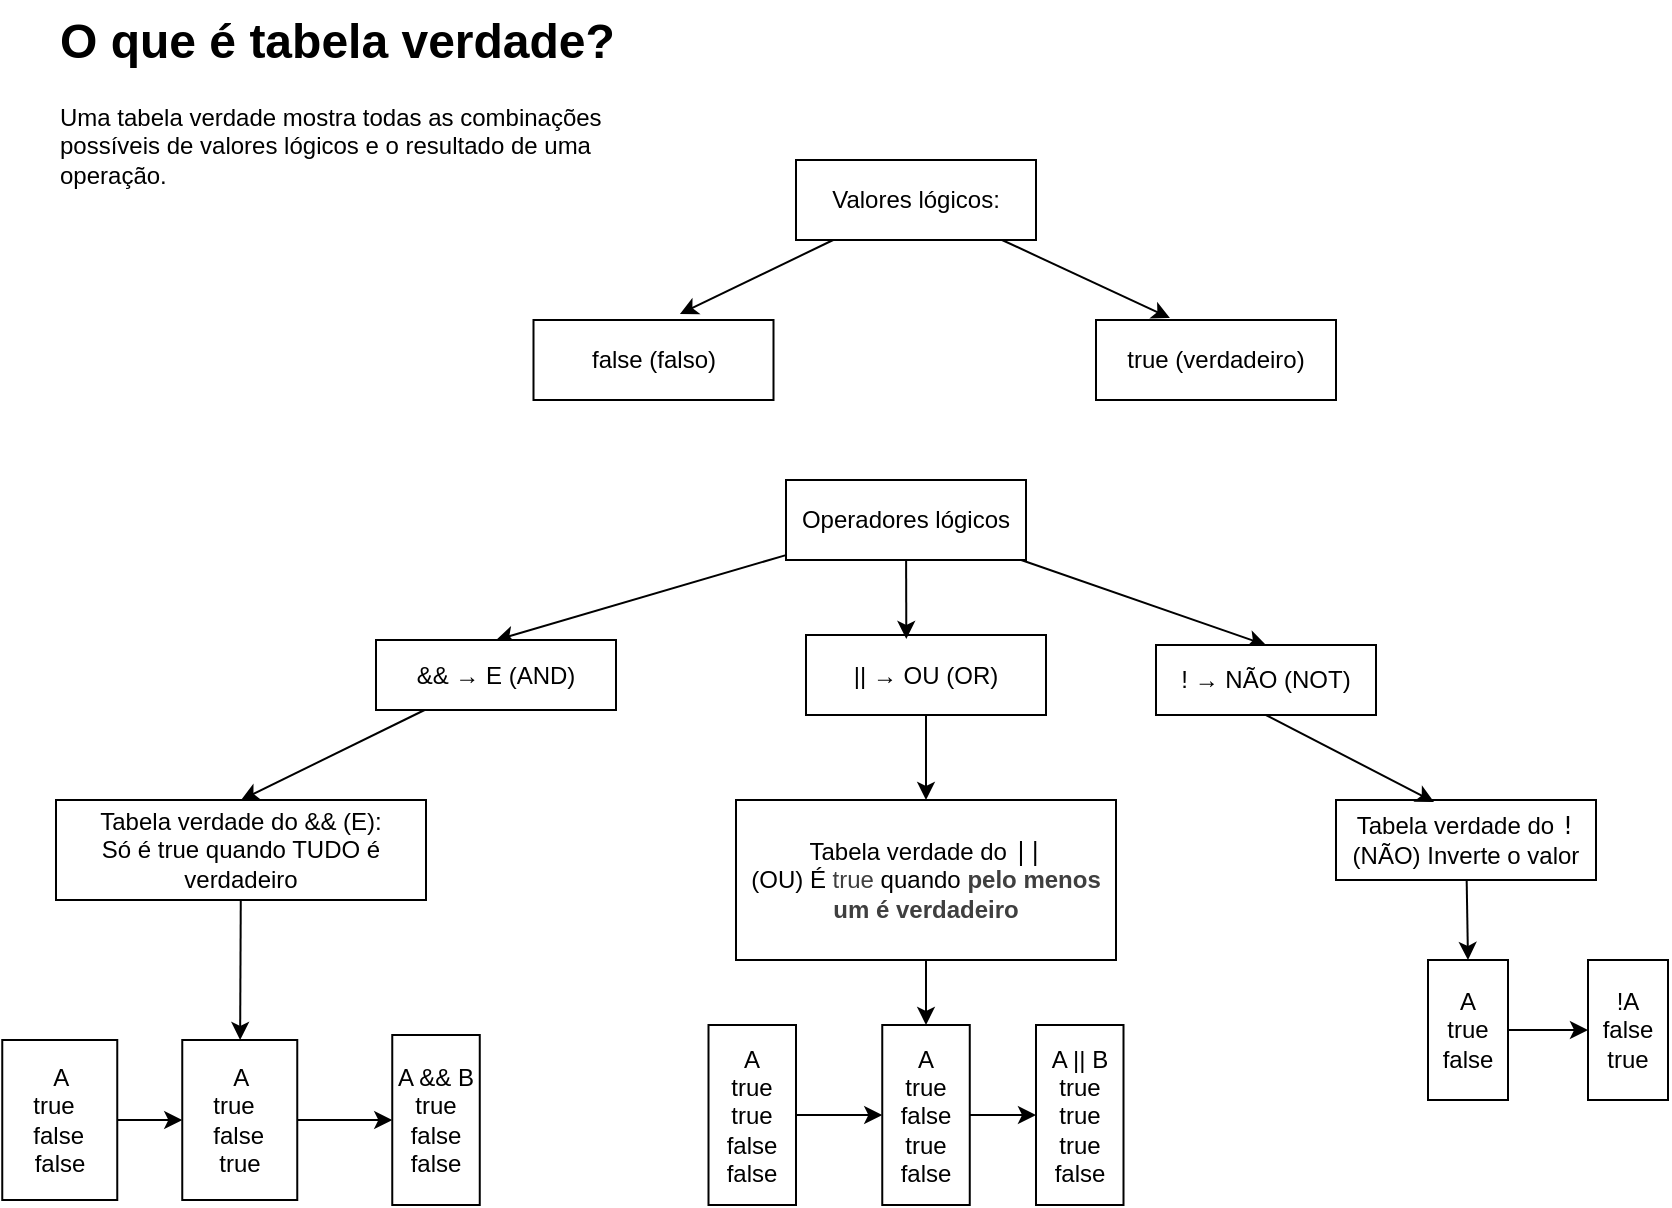
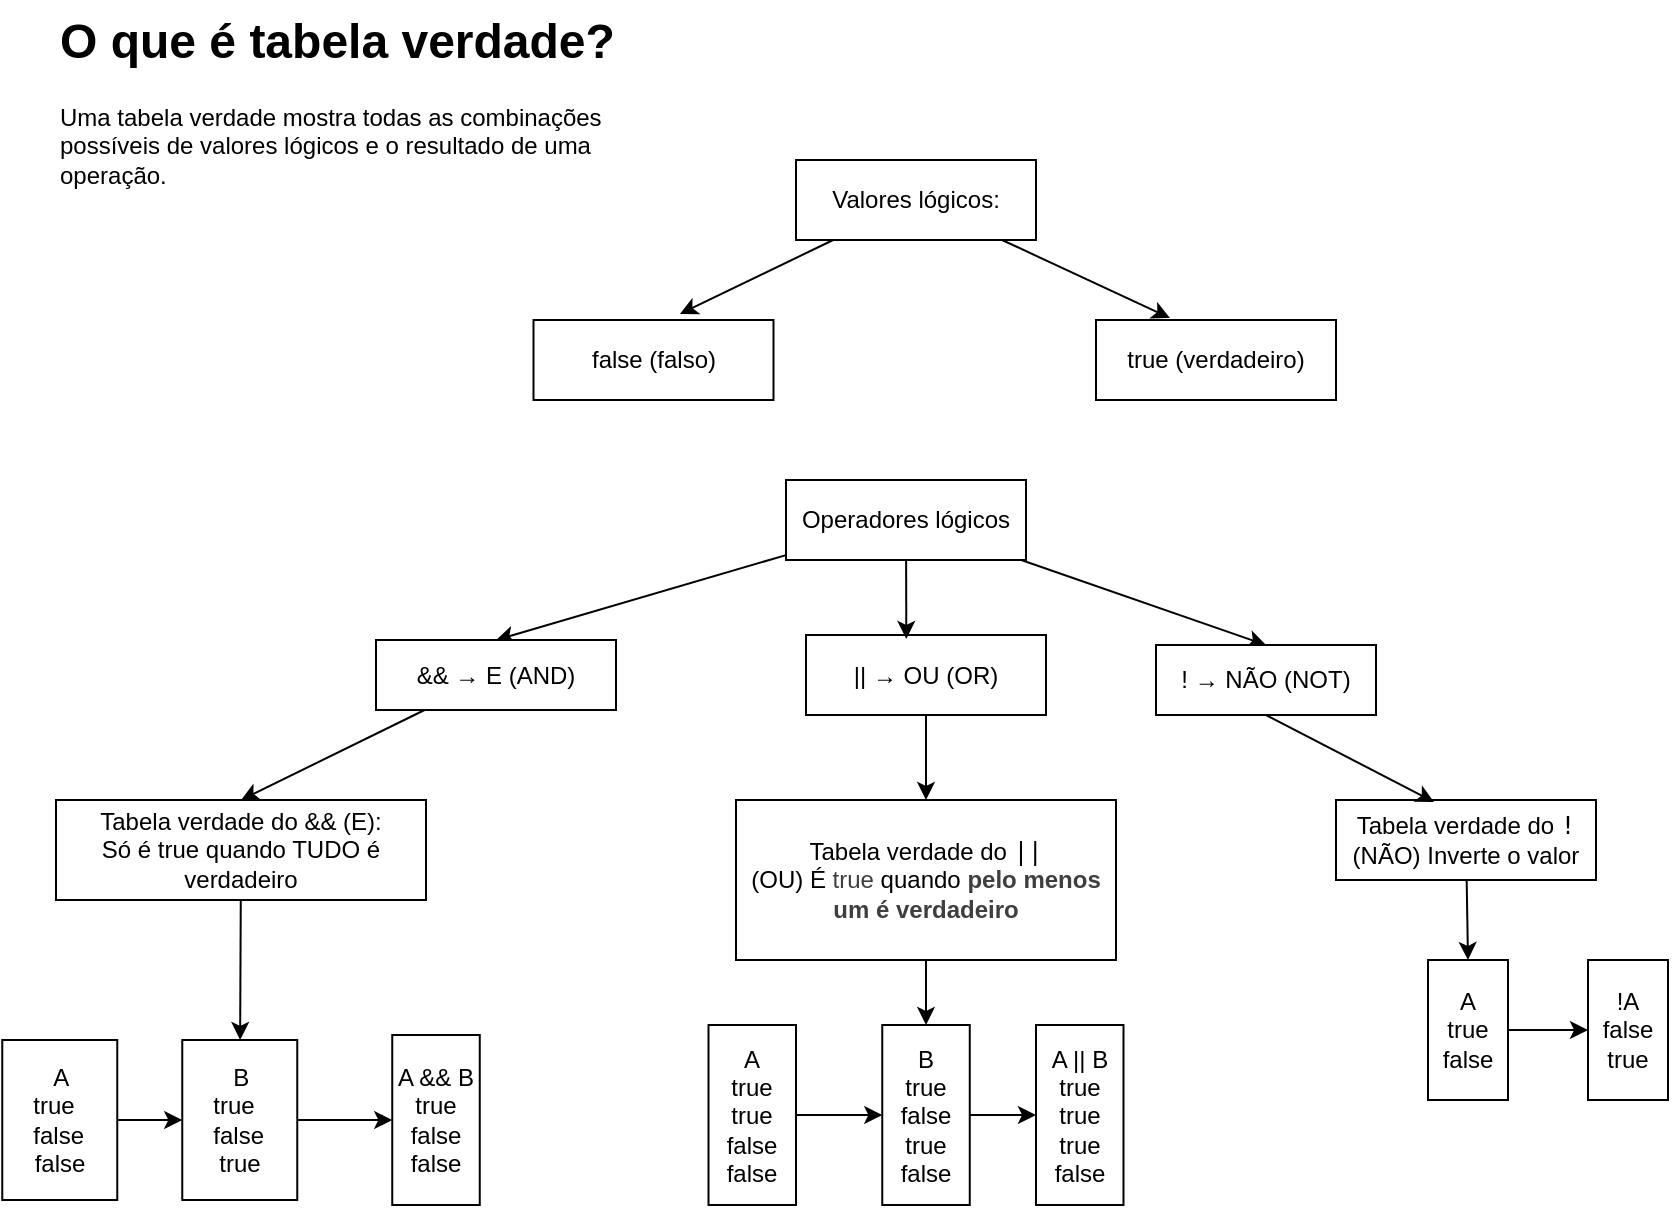
<mxfile host="65bd71144e">
    <diagram name="Página-1" id="UhSSX5bUY0VvIOnfyq8K">
-         <mxGraphModel dx="1342" dy="779" grid="1" gridSize="10" guides="1" tooltips="1" connect="1" arrows="1" fold="1" page="1" pageScale="1" pageWidth="1169" pageHeight="827" math="0" shadow="0">
+         <mxGraphModel dx="1326" dy="779" grid="1" gridSize="10" guides="1" tooltips="1" connect="1" arrows="1" fold="1" page="1" pageScale="1" pageWidth="1169" pageHeight="827" math="0" shadow="0">
            <root>
                <mxCell id="0"/>
                <mxCell id="1" parent="0"/>
                <mxCell id="VccG1iLHDNWKRi_SrjAT-1" value="&lt;h1 style=&quot;margin-top: 0px;&quot;&gt;O que é tabela verdade?&lt;/h1&gt;&lt;p&gt;Uma tabela verdade mostra todas as combinações possíveis de valores lógicos e o resultado de uma operação.&lt;/p&gt;" style="text;html=1;whiteSpace=wrap;overflow=hidden;rounded=0;" parent="1" vertex="1">
                    <mxGeometry x="160" y="80" width="280" height="100" as="geometry"/>
                </mxCell>
                <mxCell id="VccG1iLHDNWKRi_SrjAT-2" value="Valores lógicos:" style="rounded=0;whiteSpace=wrap;html=1;" parent="1" vertex="1">
                    <mxGeometry x="530" y="160" width="120" height="40" as="geometry"/>
                </mxCell>
                <mxCell id="VccG1iLHDNWKRi_SrjAT-3" value="&lt;div&gt;true (verdadeiro)&lt;/div&gt;" style="whiteSpace=wrap;html=1;rounded=0;" parent="1" vertex="1">
                    <mxGeometry x="680" y="240" width="120" height="40" as="geometry"/>
                </mxCell>
                <mxCell id="VccG1iLHDNWKRi_SrjAT-5" value="&lt;div&gt;&lt;div&gt;false (falso)&lt;/div&gt;&lt;/div&gt;" style="whiteSpace=wrap;html=1;rounded=0;" parent="1" vertex="1">
                    <mxGeometry x="398.75" y="240" width="120" height="40" as="geometry"/>
                </mxCell>
-                 <mxCell id="7" style="edgeStyle=none;html=1;entryX=0.5;entryY=0;entryDx=0;entryDy=0;" edge="1" parent="1" source="VccG1iLHDNWKRi_SrjAT-7" target="VccG1iLHDNWKRi_SrjAT-8">
+                 <mxCell id="7" style="edgeStyle=none;html=1;entryX=0.5;entryY=0;entryDx=0;entryDy=0;" parent="1" source="VccG1iLHDNWKRi_SrjAT-7" target="VccG1iLHDNWKRi_SrjAT-8" edge="1">
                    <mxGeometry relative="1" as="geometry"/>
                </mxCell>
-                 <mxCell id="11" style="edgeStyle=none;html=1;entryX=0.5;entryY=0;entryDx=0;entryDy=0;" edge="1" parent="1" source="VccG1iLHDNWKRi_SrjAT-7" target="VccG1iLHDNWKRi_SrjAT-12">
+                 <mxCell id="11" style="edgeStyle=none;html=1;entryX=0.5;entryY=0;entryDx=0;entryDy=0;" parent="1" source="VccG1iLHDNWKRi_SrjAT-7" target="VccG1iLHDNWKRi_SrjAT-12" edge="1">
                    <mxGeometry relative="1" as="geometry"/>
                </mxCell>
                <mxCell id="VccG1iLHDNWKRi_SrjAT-7" value="Operadores lógicos" style="rounded=0;whiteSpace=wrap;html=1;" parent="1" vertex="1">
                    <mxGeometry x="525" y="320" width="120" height="40" as="geometry"/>
                </mxCell>
-                 <mxCell id="12" style="edgeStyle=none;html=1;entryX=0.5;entryY=0;entryDx=0;entryDy=0;" edge="1" parent="1" source="VccG1iLHDNWKRi_SrjAT-8" target="VccG1iLHDNWKRi_SrjAT-14">
+                 <mxCell id="12" style="edgeStyle=none;html=1;entryX=0.5;entryY=0;entryDx=0;entryDy=0;" parent="1" source="VccG1iLHDNWKRi_SrjAT-8" target="VccG1iLHDNWKRi_SrjAT-14" edge="1">
                    <mxGeometry relative="1" as="geometry"/>
                </mxCell>
                <mxCell id="VccG1iLHDNWKRi_SrjAT-8" value="&amp;amp;&amp;amp; → E (AND)" style="whiteSpace=wrap;html=1;rounded=0;" parent="1" vertex="1">
                    <mxGeometry x="320" y="400" width="120" height="35" as="geometry"/>
                </mxCell>
-                 <mxCell id="14" style="edgeStyle=none;html=1;entryX=0.5;entryY=0;entryDx=0;entryDy=0;" edge="1" parent="1" source="VccG1iLHDNWKRi_SrjAT-10" target="VccG1iLHDNWKRi_SrjAT-25">
+                 <mxCell id="14" style="edgeStyle=none;html=1;entryX=0.5;entryY=0;entryDx=0;entryDy=0;" parent="1" source="VccG1iLHDNWKRi_SrjAT-10" target="VccG1iLHDNWKRi_SrjAT-25" edge="1">
                    <mxGeometry relative="1" as="geometry"/>
                </mxCell>
                <mxCell id="VccG1iLHDNWKRi_SrjAT-10" value="|| → OU (OR)" style="whiteSpace=wrap;html=1;rounded=0;" parent="1" vertex="1">
                    <mxGeometry x="535" y="397.5" width="120" height="40" as="geometry"/>
                </mxCell>
                <mxCell id="VccG1iLHDNWKRi_SrjAT-12" value="! → NÃO (NOT)" style="whiteSpace=wrap;html=1;rounded=0;" parent="1" vertex="1">
                    <mxGeometry x="710" y="402.5" width="110" height="35" as="geometry"/>
                </mxCell>
-                 <mxCell id="16" value="" style="edgeStyle=none;html=1;" edge="1" parent="1" source="VccG1iLHDNWKRi_SrjAT-14" target="VccG1iLHDNWKRi_SrjAT-20">
+                 <mxCell id="16" value="" style="edgeStyle=none;html=1;" parent="1" source="VccG1iLHDNWKRi_SrjAT-14" target="VccG1iLHDNWKRi_SrjAT-20" edge="1">
                    <mxGeometry relative="1" as="geometry"/>
                </mxCell>
                <mxCell id="VccG1iLHDNWKRi_SrjAT-14" value="&lt;div&gt;Tabela verdade do &amp;amp;&amp;amp; (E):&lt;/div&gt;&lt;div&gt;Só é true quando TUDO é verdadeiro&lt;/div&gt;" style="whiteSpace=wrap;html=1;rounded=0;" parent="1" vertex="1">
                    <mxGeometry x="160" y="480" width="185" height="50" as="geometry"/>
                </mxCell>
                <mxCell id="VccG1iLHDNWKRi_SrjAT-21" value="" style="edgeStyle=orthogonalEdgeStyle;rounded=0;orthogonalLoop=1;jettySize=auto;html=1;" parent="1" source="VccG1iLHDNWKRi_SrjAT-18" target="VccG1iLHDNWKRi_SrjAT-20" edge="1">
                    <mxGeometry relative="1" as="geometry"/>
                </mxCell>
                <mxCell id="VccG1iLHDNWKRi_SrjAT-18" value="&lt;div&gt;&amp;nbsp; &amp;nbsp;A&lt;span style=&quot;white-space:pre&quot;&gt;&#x9;&lt;/span&gt;&lt;/div&gt;&lt;div&gt;true&lt;span style=&quot;white-space:pre&quot;&gt;&#x9;&lt;/span&gt;&lt;/div&gt;&lt;div&gt;&amp;nbsp; &amp;nbsp; false&lt;span style=&quot;white-space:pre&quot;&gt;&#x9;&lt;/span&gt;&lt;/div&gt;&lt;div&gt;false&lt;/div&gt;" style="whiteSpace=wrap;html=1;rounded=0;" parent="1" vertex="1">
                    <mxGeometry x="133.13" y="600" width="57.5" height="80" as="geometry"/>
                </mxCell>
                <mxCell id="VccG1iLHDNWKRi_SrjAT-23" value="" style="edgeStyle=orthogonalEdgeStyle;rounded=0;orthogonalLoop=1;jettySize=auto;html=1;" parent="1" source="VccG1iLHDNWKRi_SrjAT-20" target="VccG1iLHDNWKRi_SrjAT-22" edge="1">
                    <mxGeometry relative="1" as="geometry"/>
                </mxCell>
-                 <mxCell id="VccG1iLHDNWKRi_SrjAT-20" value="&lt;div&gt;&amp;nbsp; &amp;nbsp;A&lt;span style=&quot;white-space:pre&quot;&gt;&#x9;&lt;/span&gt;&lt;/div&gt;&lt;div&gt;true&lt;span style=&quot;white-space:pre&quot;&gt;&#x9;&lt;/span&gt;&lt;/div&gt;&lt;div&gt;&amp;nbsp; &amp;nbsp; false&lt;span style=&quot;white-space:pre&quot;&gt;&#x9;&lt;/span&gt;&lt;/div&gt;&lt;div&gt;true&lt;/div&gt;" style="whiteSpace=wrap;html=1;rounded=0;" parent="1" vertex="1">
+                 <mxCell id="VccG1iLHDNWKRi_SrjAT-20" value="&lt;div&gt;&amp;nbsp; &amp;nbsp;B&lt;span style=&quot;white-space:pre&quot;&gt;&#x9;&lt;/span&gt;&lt;/div&gt;&lt;div&gt;true&lt;span style=&quot;white-space:pre&quot;&gt;&#x9;&lt;/span&gt;&lt;/div&gt;&lt;div&gt;&amp;nbsp; &amp;nbsp; false&lt;span style=&quot;white-space:pre&quot;&gt;&#x9;&lt;/span&gt;&lt;/div&gt;&lt;div&gt;true&lt;/div&gt;" style="whiteSpace=wrap;html=1;rounded=0;" parent="1" vertex="1">
                    <mxGeometry x="223.13" y="600" width="57.5" height="80" as="geometry"/>
                </mxCell>
                <mxCell id="VccG1iLHDNWKRi_SrjAT-22" value="A &amp;amp;&amp;amp; B&lt;div&gt;true&lt;/div&gt;&lt;div&gt;false&lt;/div&gt;&lt;div&gt;false&lt;/div&gt;" style="whiteSpace=wrap;html=1;rounded=0;" parent="1" vertex="1">
                    <mxGeometry x="328.13" y="597.5" width="43.75" height="85" as="geometry"/>
                </mxCell>
-                 <mxCell id="15" value="" style="edgeStyle=none;html=1;" edge="1" parent="1" source="VccG1iLHDNWKRi_SrjAT-25" target="VccG1iLHDNWKRi_SrjAT-32">
+                 <mxCell id="15" value="" style="edgeStyle=none;html=1;" parent="1" source="VccG1iLHDNWKRi_SrjAT-25" target="VccG1iLHDNWKRi_SrjAT-32" edge="1">
                    <mxGeometry relative="1" as="geometry"/>
                </mxCell>
                <mxCell id="VccG1iLHDNWKRi_SrjAT-25" value="Tabela verdade do &lt;code data-start=&quot;999&quot; data-end=&quot;1003&quot;&gt;||&lt;/code&gt; (OU)&amp;nbsp;&lt;span style=&quot;color: rgb(0, 0, 0);&quot;&gt;É&amp;nbsp;&lt;/span&gt;&lt;code style=&quot;font-family: Helvetica; color: rgb(63, 63, 63); background-color: rgba(255, 255, 255, 0.1); scrollbar-color: rgb(226, 226, 226) rgb(251, 251, 251);&quot; data-start=&quot;1015&quot; data-end=&quot;1021&quot;&gt;true&lt;/code&gt;&lt;span style=&quot;color: rgb(0, 0, 0);&quot;&gt;&amp;nbsp;quando&amp;nbsp;&lt;/span&gt;&lt;strong style=&quot;color: rgb(63, 63, 63); scrollbar-color: rgb(226, 226, 226) rgb(251, 251, 251);&quot; data-start=&quot;1029&quot; data-end=&quot;1059&quot;&gt;pelo menos um é verdadeiro&lt;/strong&gt;" style="whiteSpace=wrap;html=1;rounded=0;" parent="1" vertex="1">
                    <mxGeometry x="500" y="480" width="190" height="80" as="geometry"/>
                </mxCell>
                <mxCell id="VccG1iLHDNWKRi_SrjAT-33" value="" style="edgeStyle=orthogonalEdgeStyle;rounded=0;orthogonalLoop=1;jettySize=auto;html=1;" parent="1" source="VccG1iLHDNWKRi_SrjAT-30" target="VccG1iLHDNWKRi_SrjAT-32" edge="1">
                    <mxGeometry relative="1" as="geometry"/>
                </mxCell>
                <mxCell id="VccG1iLHDNWKRi_SrjAT-30" value="&lt;div&gt;A&lt;/div&gt;&lt;div&gt;&lt;span style=&quot;background-color: transparent; color: light-dark(rgb(0, 0, 0), rgb(255, 255, 255));&quot;&gt;true&lt;/span&gt;&lt;/div&gt;&lt;div&gt;&lt;span style=&quot;background-color: transparent; color: light-dark(rgb(0, 0, 0), rgb(255, 255, 255));&quot;&gt;true&lt;/span&gt;&lt;/div&gt;&lt;div&gt;&lt;span style=&quot;background-color: transparent; color: light-dark(rgb(0, 0, 0), rgb(255, 255, 255));&quot;&gt;false&lt;/span&gt;&lt;/div&gt;&lt;div&gt;&lt;span style=&quot;background-color: transparent; color: light-dark(rgb(0, 0, 0), rgb(255, 255, 255));&quot;&gt;false&lt;/span&gt;&lt;/div&gt;" style="whiteSpace=wrap;html=1;rounded=0;" parent="1" vertex="1">
                    <mxGeometry x="486.25" y="592.5" width="43.75" height="90" as="geometry"/>
                </mxCell>
                <mxCell id="VccG1iLHDNWKRi_SrjAT-36" value="" style="edgeStyle=orthogonalEdgeStyle;rounded=0;orthogonalLoop=1;jettySize=auto;html=1;" parent="1" source="VccG1iLHDNWKRi_SrjAT-32" target="VccG1iLHDNWKRi_SrjAT-35" edge="1">
                    <mxGeometry relative="1" as="geometry"/>
                </mxCell>
-                 <mxCell id="VccG1iLHDNWKRi_SrjAT-32" value="&lt;div&gt;A&lt;/div&gt;&lt;div&gt;&lt;span style=&quot;background-color: transparent; color: light-dark(rgb(0, 0, 0), rgb(255, 255, 255));&quot;&gt;true&lt;/span&gt;&lt;/div&gt;&lt;div&gt;false&lt;/div&gt;&lt;div&gt;true&lt;/div&gt;&lt;div&gt;&lt;span style=&quot;background-color: transparent; color: light-dark(rgb(0, 0, 0), rgb(255, 255, 255));&quot;&gt;false&lt;/span&gt;&lt;/div&gt;" style="whiteSpace=wrap;html=1;rounded=0;" parent="1" vertex="1">
+                 <mxCell id="VccG1iLHDNWKRi_SrjAT-32" value="&lt;div&gt;B&lt;/div&gt;&lt;div&gt;&lt;span style=&quot;background-color: transparent; color: light-dark(rgb(0, 0, 0), rgb(255, 255, 255));&quot;&gt;true&lt;/span&gt;&lt;/div&gt;&lt;div&gt;false&lt;/div&gt;&lt;div&gt;true&lt;/div&gt;&lt;div&gt;&lt;span style=&quot;background-color: transparent; color: light-dark(rgb(0, 0, 0), rgb(255, 255, 255));&quot;&gt;false&lt;/span&gt;&lt;/div&gt;" style="whiteSpace=wrap;html=1;rounded=0;" parent="1" vertex="1">
                    <mxGeometry x="573.13" y="592.5" width="43.75" height="90" as="geometry"/>
                </mxCell>
                <mxCell id="VccG1iLHDNWKRi_SrjAT-35" value="&lt;div&gt;A || B&lt;/div&gt;&lt;div&gt;&lt;span style=&quot;background-color: transparent; color: light-dark(rgb(0, 0, 0), rgb(255, 255, 255));&quot;&gt;true&lt;/span&gt;&lt;/div&gt;&lt;div&gt;true&lt;/div&gt;&lt;div&gt;true&lt;/div&gt;&lt;div&gt;&lt;span style=&quot;background-color: transparent; color: light-dark(rgb(0, 0, 0), rgb(255, 255, 255));&quot;&gt;false&lt;/span&gt;&lt;/div&gt;" style="whiteSpace=wrap;html=1;rounded=0;" parent="1" vertex="1">
                    <mxGeometry x="650" y="592.5" width="43.75" height="90" as="geometry"/>
                </mxCell>
-                 <mxCell id="18" style="edgeStyle=none;html=1;entryX=0.5;entryY=0;entryDx=0;entryDy=0;" edge="1" parent="1" source="VccG1iLHDNWKRi_SrjAT-37" target="VccG1iLHDNWKRi_SrjAT-41">
+                 <mxCell id="18" style="edgeStyle=none;html=1;entryX=0.5;entryY=0;entryDx=0;entryDy=0;" parent="1" source="VccG1iLHDNWKRi_SrjAT-37" target="VccG1iLHDNWKRi_SrjAT-41" edge="1">
                    <mxGeometry relative="1" as="geometry"/>
                </mxCell>
                <mxCell id="VccG1iLHDNWKRi_SrjAT-37" value="Tabela verdade do &lt;code data-start=&quot;1450&quot; data-end=&quot;1453&quot;&gt;!&lt;/code&gt; (NÃO)&amp;nbsp;&lt;span style=&quot;color: rgb(0, 0, 0);&quot;&gt;Inverte o valor&lt;/span&gt;" style="whiteSpace=wrap;html=1;rounded=0;" parent="1" vertex="1">
                    <mxGeometry x="800" y="480" width="130" height="40" as="geometry"/>
                </mxCell>
                <mxCell id="VccG1iLHDNWKRi_SrjAT-44" value="" style="edgeStyle=orthogonalEdgeStyle;rounded=0;orthogonalLoop=1;jettySize=auto;html=1;" parent="1" source="VccG1iLHDNWKRi_SrjAT-41" target="VccG1iLHDNWKRi_SrjAT-43" edge="1">
                    <mxGeometry relative="1" as="geometry"/>
                </mxCell>
                <mxCell id="VccG1iLHDNWKRi_SrjAT-41" value="A&lt;div&gt;true&lt;/div&gt;&lt;div&gt;false&lt;/div&gt;" style="whiteSpace=wrap;html=1;rounded=0;" parent="1" vertex="1">
                    <mxGeometry x="846" y="560" width="40" height="70" as="geometry"/>
                </mxCell>
                <mxCell id="VccG1iLHDNWKRi_SrjAT-43" value="!A&lt;div&gt;false&lt;/div&gt;&lt;div&gt;true&lt;/div&gt;" style="whiteSpace=wrap;html=1;rounded=0;" parent="1" vertex="1">
                    <mxGeometry x="926" y="560" width="40" height="70" as="geometry"/>
                </mxCell>
-                 <mxCell id="3" style="edgeStyle=none;html=1;entryX=0.61;entryY=-0.075;entryDx=0;entryDy=0;entryPerimeter=0;" edge="1" parent="1" source="VccG1iLHDNWKRi_SrjAT-2" target="VccG1iLHDNWKRi_SrjAT-5">
+                 <mxCell id="3" style="edgeStyle=none;html=1;entryX=0.61;entryY=-0.075;entryDx=0;entryDy=0;entryPerimeter=0;" parent="1" source="VccG1iLHDNWKRi_SrjAT-2" target="VccG1iLHDNWKRi_SrjAT-5" edge="1">
                    <mxGeometry relative="1" as="geometry"/>
                </mxCell>
-                 <mxCell id="4" style="edgeStyle=none;html=1;entryX=0.308;entryY=-0.025;entryDx=0;entryDy=0;entryPerimeter=0;" edge="1" parent="1" source="VccG1iLHDNWKRi_SrjAT-2" target="VccG1iLHDNWKRi_SrjAT-3">
+                 <mxCell id="4" style="edgeStyle=none;html=1;entryX=0.308;entryY=-0.025;entryDx=0;entryDy=0;entryPerimeter=0;" parent="1" source="VccG1iLHDNWKRi_SrjAT-2" target="VccG1iLHDNWKRi_SrjAT-3" edge="1">
                    <mxGeometry relative="1" as="geometry"/>
                </mxCell>
-                 <mxCell id="8" style="edgeStyle=none;html=1;entryX=0.418;entryY=0.05;entryDx=0;entryDy=0;entryPerimeter=0;" edge="1" parent="1" source="VccG1iLHDNWKRi_SrjAT-7" target="VccG1iLHDNWKRi_SrjAT-10">
+                 <mxCell id="8" style="edgeStyle=none;html=1;entryX=0.418;entryY=0.05;entryDx=0;entryDy=0;entryPerimeter=0;" parent="1" source="VccG1iLHDNWKRi_SrjAT-7" target="VccG1iLHDNWKRi_SrjAT-10" edge="1">
                    <mxGeometry relative="1" as="geometry"/>
                </mxCell>
-                 <mxCell id="19" style="edgeStyle=none;html=1;exitX=0.5;exitY=1;exitDx=0;exitDy=0;entryX=0.377;entryY=0.025;entryDx=0;entryDy=0;entryPerimeter=0;" edge="1" parent="1" source="VccG1iLHDNWKRi_SrjAT-12" target="VccG1iLHDNWKRi_SrjAT-37">
+                 <mxCell id="19" style="edgeStyle=none;html=1;exitX=0.5;exitY=1;exitDx=0;exitDy=0;entryX=0.377;entryY=0.025;entryDx=0;entryDy=0;entryPerimeter=0;" parent="1" source="VccG1iLHDNWKRi_SrjAT-12" target="VccG1iLHDNWKRi_SrjAT-37" edge="1">
                    <mxGeometry relative="1" as="geometry"/>
                </mxCell>
            </root>
        </mxGraphModel>
    </diagram>
</mxfile>